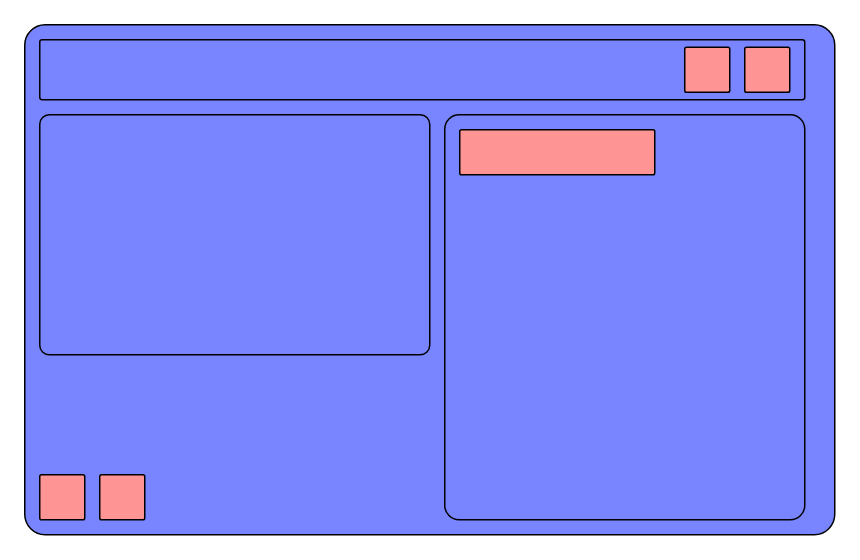
Above: src/app/slides/_slides/images/ppr.drawio in mastoj/nextndc (draw.io), before the change. Source tidied: cells renumbered, new cells numbered last; positions are measured from the earlier drawing's top-left corner, leaving out a move shared by most shapes. Both pictures are drawn from the tidied source at 150%, with x=0, y=0 at pixel (24, 24).
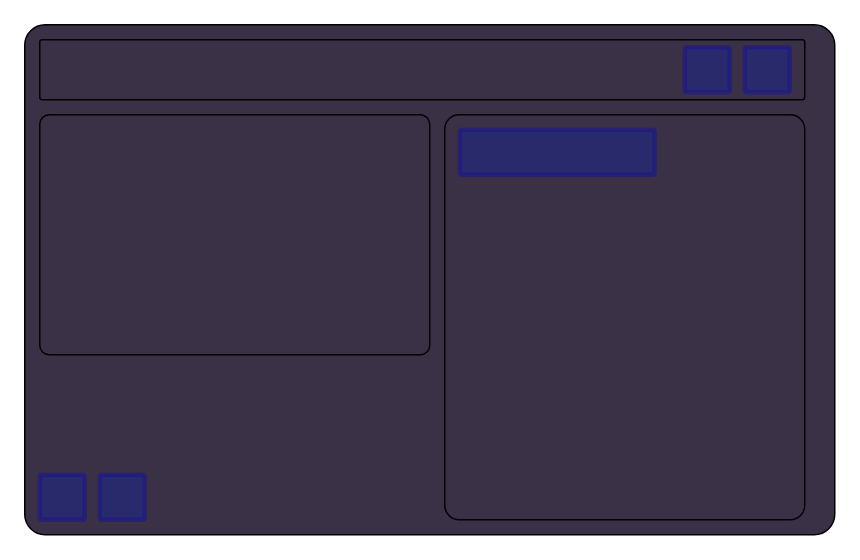
Above is the later version.

What changed in the source:
```diff
@@
 <mxGraphModel>
   <root>
     <mxCell id="0" />
     <mxCell id="1" parent="0" />
-    <mxCell id="2" style="rounded=1;whiteSpace=wrap;html=1;fillColor=#7885FF;arcSize=4;" parent="1" vertex="1">
+    <mxCell id="2" style="rounded=1;whiteSpace=wrap;html=1;arcSize=4;fillColor=#3B3147;" parent="1" vertex="1">
       <mxGeometry width="540" height="340" as="geometry" />
     </mxCell>
-    <mxCell id="3" style="rounded=1;whiteSpace=wrap;html=1;fillColor=#7885FF;arcSize=4;" parent="1" vertex="1">
+    <mxCell id="3" style="rounded=1;whiteSpace=wrap;html=1;arcSize=4;fillColor=#3B3147;" parent="1" vertex="1">
       <mxGeometry x="10" y="10" width="510" height="40" as="geometry" />
     </mxCell>
-    <mxCell id="4" style="rounded=1;whiteSpace=wrap;html=1;fillColor=#7885FF;arcSize=4;" parent="1" vertex="1">
+    <mxCell id="4" style="rounded=1;whiteSpace=wrap;html=1;arcSize=4;fillColor=#3B3147;" parent="1" vertex="1">
       <mxGeometry x="10" y="60" width="260" height="160" as="geometry" />
     </mxCell>
-    <mxCell id="5" style="rounded=1;whiteSpace=wrap;html=1;fillColor=#7885FF;arcSize=4;" parent="1" vertex="1">
+    <mxCell id="5" style="rounded=1;whiteSpace=wrap;html=1;arcSize=4;fillColor=#3B3147;" parent="1" vertex="1">
       <mxGeometry x="280" y="60" width="240" height="270" as="geometry" />
     </mxCell>
-    <mxCell id="6" style="rounded=1;whiteSpace=wrap;html=1;fillColor=#FF9494;arcSize=4;" parent="1" vertex="1">
+    <mxCell id="6" style="rounded=1;whiteSpace=wrap;html=1;fillColor=#001DBC;arcSize=4;fontColor=#ffffff;strokeColor=#0000BC;opacity=30;strokeWidth=3;" parent="1" vertex="1">
       <mxGeometry x="290" y="70" width="130" height="30" as="geometry" />
     </mxCell>
-    <mxCell id="7" style="rounded=1;whiteSpace=wrap;html=1;fillColor=#FF9494;arcSize=4;" parent="1" vertex="1">
+    <mxCell id="7" style="rounded=1;whiteSpace=wrap;html=1;fillColor=#001DBC;arcSize=4;fontColor=#ffffff;strokeColor=#0000BC;opacity=30;strokeWidth=3;" parent="1" vertex="1">
       <mxGeometry x="480" y="15" width="30" height="30" as="geometry" />
     </mxCell>
-    <mxCell id="8" style="rounded=1;whiteSpace=wrap;html=1;fillColor=#FF9494;arcSize=4;" parent="1" vertex="1">
+    <mxCell id="8" style="rounded=1;whiteSpace=wrap;html=1;fillColor=#001DBC;arcSize=4;fontColor=#ffffff;strokeColor=#0000BC;opacity=30;strokeWidth=3;" parent="1" vertex="1">
       <mxGeometry x="440" y="15" width="30" height="30" as="geometry" />
     </mxCell>
-    <mxCell id="9" style="rounded=1;whiteSpace=wrap;html=1;fillColor=#FF9494;arcSize=4;" parent="1" vertex="1">
+    <mxCell id="9" style="rounded=1;whiteSpace=wrap;html=1;fillColor=#001DBC;arcSize=4;fontColor=#ffffff;strokeColor=#0000BC;opacity=30;strokeWidth=3;" parent="1" vertex="1">
       <mxGeometry x="10" y="300" width="30" height="30" as="geometry" />
     </mxCell>
-    <mxCell id="10" style="rounded=1;whiteSpace=wrap;html=1;fillColor=#FF9494;arcSize=4;" parent="1" vertex="1">
+    <mxCell id="10" style="rounded=1;whiteSpace=wrap;html=1;fillColor=#001DBC;arcSize=4;fontColor=#ffffff;strokeColor=#0000BC;opacity=30;strokeWidth=3;" parent="1" vertex="1">
       <mxGeometry x="50" y="300" width="30" height="30" as="geometry" />
     </mxCell>
   </root>
 </mxGraphModel>
```
